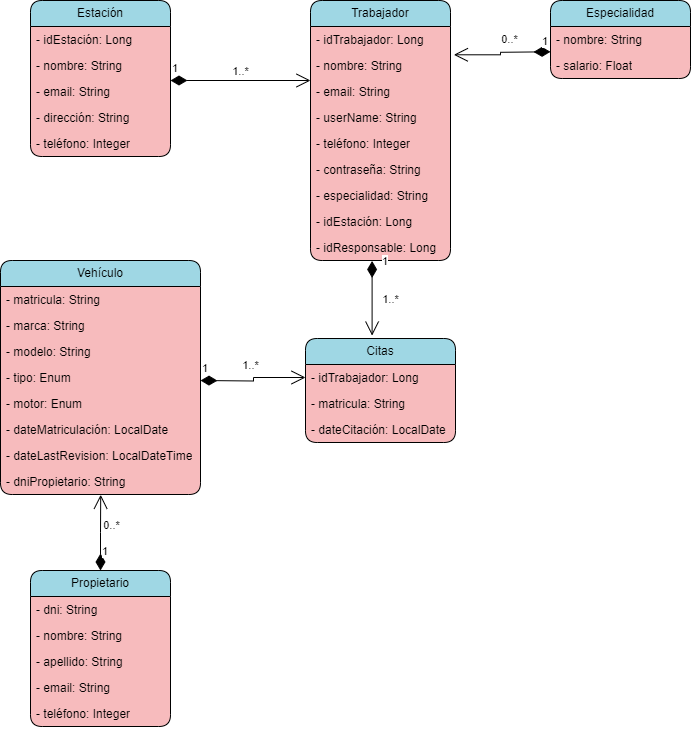
This is Entornos de desarrollo/DiagramaClases/Diagrama_De_Clases.png from SergioDeIscarValera/ITV_LUIS_VIVES, a draw.io export, as it was before one commit. Source tidied: cells renumbered, new cells last; positions are measured from the earlier drawing's top-left corner, leaving out a move shared by most shapes. The source it was exported from:
```xml
<mxGraphModel>
  <root>
    <mxCell id="0" />
    <mxCell id="1" parent="0" />
    <mxCell id="2" value="Estación" style="swimlane;fontStyle=0;horizontal=1;startSize=26;whiteSpace=wrap;html=1;perimeterSpacing=0;rounded=1;fillColor=#9fd7e4;swimlaneFillColor=#f7bbbd;gradientColor=none;" parent="1" vertex="1">
      <mxGeometry x="30" width="140" height="156" as="geometry" />
    </mxCell>
    <mxCell id="3" value="- idEstación: Long" style="text;strokeColor=none;fillColor=none;align=left;verticalAlign=top;spacingLeft=4;spacingRight=4;overflow=hidden;whiteSpace=wrap;html=1;" parent="2" vertex="1">
      <mxGeometry y="26" width="140" height="26" as="geometry" />
    </mxCell>
    <mxCell id="4" value="- nombre: String" style="text;strokeColor=none;fillColor=none;align=left;verticalAlign=top;spacingLeft=4;spacingRight=4;overflow=hidden;whiteSpace=wrap;html=1;" parent="2" vertex="1">
      <mxGeometry y="52" width="140" height="26" as="geometry" />
    </mxCell>
    <mxCell id="5" value="- email: String" style="text;strokeColor=none;fillColor=none;align=left;verticalAlign=top;spacingLeft=4;spacingRight=4;overflow=hidden;whiteSpace=wrap;html=1;" parent="2" vertex="1">
      <mxGeometry y="78" width="140" height="26" as="geometry" />
    </mxCell>
    <mxCell id="6" value="- dirección: String" style="text;strokeColor=none;fillColor=none;align=left;verticalAlign=top;spacingLeft=4;spacingRight=4;overflow=hidden;whiteSpace=wrap;html=1;" parent="2" vertex="1">
      <mxGeometry y="104" width="140" height="26" as="geometry" />
    </mxCell>
    <mxCell id="7" value="- teléfono: Integer" style="text;strokeColor=none;fillColor=none;align=left;verticalAlign=top;spacingLeft=4;spacingRight=4;overflow=hidden;whiteSpace=wrap;html=1;" parent="2" vertex="1">
      <mxGeometry y="130" width="140" height="26" as="geometry" />
    </mxCell>
    <mxCell id="8" value="Trabajador" style="swimlane;fontStyle=0;horizontal=1;startSize=26;fillColor=#9fd7e4;whiteSpace=wrap;html=1;rounded=1;swimlaneFillColor=#f7bbbd;" parent="1" vertex="1">
      <mxGeometry x="310" width="140" height="260" as="geometry" />
    </mxCell>
    <mxCell id="9" value="- idTrabajador: Long" style="text;strokeColor=none;fillColor=none;align=left;verticalAlign=top;spacingLeft=4;spacingRight=4;overflow=hidden;whiteSpace=wrap;html=1;rounded=1;" parent="8" vertex="1">
      <mxGeometry y="26" width="140" height="26" as="geometry" />
    </mxCell>
    <mxCell id="10" value="1" style="endArrow=open;html=1;endSize=12;startArrow=diamondThin;startSize=14;startFill=1;edgeStyle=orthogonalEdgeStyle;align=left;verticalAlign=bottom;rounded=0;entryX=1.024;entryY=0.088;entryDx=0;entryDy=0;entryPerimeter=0;" parent="8" edge="1" target="12">
      <mxGeometry x="-0.8" y="-1" relative="1" as="geometry">
        <mxPoint x="240" y="51.3" as="sourcePoint" />
      </mxGeometry>
    </mxCell>
    <mxCell id="11" value="0..*" style="edgeLabel;html=1;align=center;verticalAlign=middle;" parent="10" vertex="1">
      <mxGeometry x="-0.16" y="-2" relative="1" as="geometry">
        <mxPoint y="-11" as="offset" />
      </mxGeometry>
    </mxCell>
    <mxCell id="12" value="- nombre: String" style="text;strokeColor=none;fillColor=none;align=left;verticalAlign=top;spacingLeft=4;spacingRight=4;overflow=hidden;points=[[0,0.5],[1,0.5]];portConstraint=eastwest;whiteSpace=wrap;html=1;" parent="8" vertex="1">
      <mxGeometry y="52" width="140" height="26" as="geometry" />
    </mxCell>
    <mxCell id="13" value="- email: String" style="text;strokeColor=none;fillColor=none;align=left;verticalAlign=top;spacingLeft=4;spacingRight=4;overflow=hidden;whiteSpace=wrap;html=1;" parent="8" vertex="1">
      <mxGeometry y="78" width="140" height="26" as="geometry" />
    </mxCell>
    <mxCell id="14" value="- userName: String" style="text;strokeColor=none;fillColor=none;align=left;verticalAlign=top;spacingLeft=4;spacingRight=4;overflow=hidden;whiteSpace=wrap;html=1;" parent="8" vertex="1">
      <mxGeometry y="104" width="140" height="26" as="geometry" />
    </mxCell>
    <mxCell id="15" value="- teléfono: Integer" style="text;strokeColor=none;fillColor=none;align=left;verticalAlign=top;spacingLeft=4;spacingRight=4;overflow=hidden;whiteSpace=wrap;html=1;" parent="8" vertex="1">
      <mxGeometry y="130" width="140" height="26" as="geometry" />
    </mxCell>
    <mxCell id="16" value="- contraseña: String" style="text;strokeColor=none;fillColor=none;align=left;verticalAlign=top;spacingLeft=4;spacingRight=4;overflow=hidden;whiteSpace=wrap;html=1;" parent="8" vertex="1">
      <mxGeometry y="156" width="140" height="26" as="geometry" />
    </mxCell>
    <mxCell id="17" value="- especialidad: String" style="text;strokeColor=none;fillColor=none;align=left;verticalAlign=top;spacingLeft=4;spacingRight=4;overflow=hidden;whiteSpace=wrap;html=1;" parent="8" vertex="1">
      <mxGeometry y="182" width="140" height="26" as="geometry" />
    </mxCell>
    <mxCell id="18" value="- idEstación: Long" style="text;strokeColor=none;fillColor=none;align=left;verticalAlign=top;spacingLeft=4;spacingRight=4;overflow=hidden;whiteSpace=wrap;html=1;" parent="8" vertex="1">
      <mxGeometry y="208" width="140" height="26" as="geometry" />
    </mxCell>
    <mxCell id="19" value="- idResponsable: Long" style="text;strokeColor=none;fillColor=none;align=left;verticalAlign=top;spacingLeft=4;spacingRight=4;overflow=hidden;points=[[0,0.5],[1,0.5]];portConstraint=eastwest;whiteSpace=wrap;html=1;" parent="8" vertex="1">
      <mxGeometry y="234" width="140" height="26" as="geometry" />
    </mxCell>
    <mxCell id="20" value="Especialidad" style="swimlane;fontStyle=0;horizontal=1;startSize=26;fillColor=#9fd7e4;whiteSpace=wrap;html=1;rounded=1;swimlaneFillColor=#f7bbbd;" parent="1" vertex="1">
      <mxGeometry x="550" width="140" height="78" as="geometry" />
    </mxCell>
    <mxCell id="21" value="- nombre: String" style="text;strokeColor=none;fillColor=none;align=left;verticalAlign=top;spacingLeft=4;spacingRight=4;overflow=hidden;whiteSpace=wrap;html=1;gradientColor=none;" parent="20" vertex="1">
      <mxGeometry y="26" width="140" height="26" as="geometry" />
    </mxCell>
    <mxCell id="22" value="- salario: Float" style="text;strokeColor=none;fillColor=none;align=left;verticalAlign=top;spacingLeft=4;spacingRight=4;overflow=hidden;whiteSpace=wrap;html=1;" parent="20" vertex="1">
      <mxGeometry y="52" width="140" height="26" as="geometry" />
    </mxCell>
    <mxCell id="23" value="Vehículo" style="swimlane;fontStyle=0;horizontal=1;startSize=26;fillColor=#9fd7e4;whiteSpace=wrap;html=1;rounded=1;swimlaneFillColor=#f7bbbd;" parent="1" vertex="1">
      <mxGeometry y="260" width="200" height="234" as="geometry" />
    </mxCell>
    <mxCell id="24" value="- matricula: String" style="text;strokeColor=none;fillColor=none;align=left;verticalAlign=top;spacingLeft=4;spacingRight=4;overflow=hidden;whiteSpace=wrap;html=1;" parent="23" vertex="1">
      <mxGeometry y="26" width="200" height="26" as="geometry" />
    </mxCell>
    <mxCell id="25" value="- marca: String" style="text;strokeColor=none;fillColor=none;align=left;verticalAlign=top;spacingLeft=4;spacingRight=4;overflow=hidden;whiteSpace=wrap;html=1;" parent="23" vertex="1">
      <mxGeometry y="52" width="200" height="26" as="geometry" />
    </mxCell>
    <mxCell id="26" value="- modelo: String" style="text;strokeColor=none;fillColor=none;align=left;verticalAlign=top;spacingLeft=4;spacingRight=4;overflow=hidden;whiteSpace=wrap;html=1;" parent="23" vertex="1">
      <mxGeometry y="78" width="200" height="26" as="geometry" />
    </mxCell>
    <mxCell id="27" value="- tipo: Enum" style="text;strokeColor=none;fillColor=none;align=left;verticalAlign=top;spacingLeft=4;spacingRight=4;overflow=hidden;whiteSpace=wrap;html=1;" parent="23" vertex="1">
      <mxGeometry y="104" width="200" height="26" as="geometry" />
    </mxCell>
    <mxCell id="28" value="- motor: Enum" style="text;strokeColor=none;fillColor=none;align=left;verticalAlign=top;spacingLeft=4;spacingRight=4;overflow=hidden;whiteSpace=wrap;html=1;" parent="23" vertex="1">
      <mxGeometry y="130" width="200" height="26" as="geometry" />
    </mxCell>
    <mxCell id="29" value="- dateMatriculación: LocalDate" style="text;strokeColor=none;fillColor=none;align=left;verticalAlign=top;spacingLeft=4;spacingRight=4;overflow=hidden;whiteSpace=wrap;html=1;" parent="23" vertex="1">
      <mxGeometry y="156" width="200" height="26" as="geometry" />
    </mxCell>
    <mxCell id="30" value="- dateLastRevision: LocalDateTime" style="text;strokeColor=none;fillColor=none;align=left;verticalAlign=top;spacingLeft=4;spacingRight=4;overflow=hidden;whiteSpace=wrap;html=1;" parent="23" vertex="1">
      <mxGeometry y="182" width="200" height="26" as="geometry" />
    </mxCell>
    <mxCell id="31" value="- dniPropietario: String" style="text;strokeColor=none;fillColor=none;align=left;verticalAlign=top;spacingLeft=4;spacingRight=4;overflow=hidden;points=[[0,0.5],[1,0.5]];portConstraint=eastwest;whiteSpace=wrap;html=1;" parent="23" vertex="1">
      <mxGeometry y="208" width="200" height="26" as="geometry" />
    </mxCell>
    <mxCell id="32" value="Propietario" style="swimlane;fontStyle=0;horizontal=1;startSize=26;fillColor=#9fd7e4;whiteSpace=wrap;html=1;rounded=1;swimlaneFillColor=#f7bbbd;" parent="1" vertex="1">
      <mxGeometry x="30" y="570" width="140" height="156" as="geometry" />
    </mxCell>
    <mxCell id="33" value="- dni: String" style="text;strokeColor=none;fillColor=none;align=left;verticalAlign=top;spacingLeft=4;spacingRight=4;overflow=hidden;whiteSpace=wrap;html=1;" parent="32" vertex="1">
      <mxGeometry y="26" width="140" height="26" as="geometry" />
    </mxCell>
    <mxCell id="34" value="- nombre: String" style="text;strokeColor=none;fillColor=none;align=left;verticalAlign=top;spacingLeft=4;spacingRight=4;overflow=hidden;whiteSpace=wrap;html=1;" parent="32" vertex="1">
      <mxGeometry y="52" width="140" height="26" as="geometry" />
    </mxCell>
    <mxCell id="35" value="- apellido: String" style="text;strokeColor=none;fillColor=none;align=left;verticalAlign=top;spacingLeft=4;spacingRight=4;overflow=hidden;whiteSpace=wrap;html=1;" parent="32" vertex="1">
      <mxGeometry y="78" width="140" height="26" as="geometry" />
    </mxCell>
    <mxCell id="36" value="- email: String" style="text;strokeColor=none;fillColor=none;align=left;verticalAlign=top;spacingLeft=4;spacingRight=4;overflow=hidden;whiteSpace=wrap;html=1;" parent="32" vertex="1">
      <mxGeometry y="104" width="140" height="26" as="geometry" />
    </mxCell>
    <mxCell id="37" value="- teléfono: Integer" style="text;strokeColor=none;fillColor=none;align=left;verticalAlign=top;spacingLeft=4;spacingRight=4;overflow=hidden;whiteSpace=wrap;html=1;" parent="32" vertex="1">
      <mxGeometry y="130" width="140" height="26" as="geometry" />
    </mxCell>
    <mxCell id="38" value="1" style="endArrow=open;html=1;endSize=12;startArrow=diamondThin;startSize=14;startFill=1;edgeStyle=orthogonalEdgeStyle;align=left;verticalAlign=bottom;rounded=0;" parent="1" edge="1">
      <mxGeometry x="-1" y="3" relative="1" as="geometry">
        <mxPoint x="170" y="80" as="sourcePoint" />
        <mxPoint x="310" y="80" as="targetPoint" />
      </mxGeometry>
    </mxCell>
    <mxCell id="39" value="1..*" style="edgeLabel;html=1;align=center;verticalAlign=middle;" parent="38" vertex="1">
      <mxGeometry x="-0.31" relative="1" as="geometry">
        <mxPoint x="21" y="-10" as="offset" />
      </mxGeometry>
    </mxCell>
    <mxCell id="40" value="1" style="endArrow=open;html=1;endSize=12;startArrow=diamondThin;startSize=14;startFill=1;edgeStyle=orthogonalEdgeStyle;align=left;verticalAlign=bottom;rounded=0;exitX=0.5;exitY=0;exitDx=0;exitDy=0;entryX=0.501;entryY=1.011;entryDx=0;entryDy=0;entryPerimeter=0;" parent="1" edge="1" source="32" target="31">
      <mxGeometry x="-0.74" relative="1" as="geometry" />
    </mxCell>
    <mxCell id="41" value="0..*" style="edgeLabel;html=1;align=center;verticalAlign=middle;" parent="40" vertex="1">
      <mxGeometry x="0.22" relative="1" as="geometry">
        <mxPoint x="10" as="offset" />
      </mxGeometry>
    </mxCell>
    <mxCell id="42" value="Citas" style="swimlane;fontStyle=0;horizontal=1;startSize=26;fillColor=#9fd7e4;whiteSpace=wrap;html=1;rounded=1;swimlaneFillColor=#f7bbbd;" parent="1" vertex="1">
      <mxGeometry x="305" y="338" width="150" height="104" as="geometry" />
    </mxCell>
    <mxCell id="43" value="- idTrabajador: Long" style="text;strokeColor=none;fillColor=none;align=left;verticalAlign=top;spacingLeft=4;spacingRight=4;overflow=hidden;points=[[0,0.5],[1,0.5]];portConstraint=eastwest;whiteSpace=wrap;html=1;" parent="42" vertex="1">
      <mxGeometry y="26" width="150" height="26" as="geometry" />
    </mxCell>
    <mxCell id="44" value="- matricula: String" style="text;strokeColor=none;fillColor=none;align=left;verticalAlign=top;spacingLeft=4;spacingRight=4;overflow=hidden;whiteSpace=wrap;html=1;" parent="42" vertex="1">
      <mxGeometry y="52" width="150" height="26" as="geometry" />
    </mxCell>
    <mxCell id="45" value="- dateCitación: LocalDate" style="text;strokeColor=none;fillColor=none;align=left;verticalAlign=top;spacingLeft=4;spacingRight=4;overflow=hidden;whiteSpace=wrap;html=1;" parent="42" vertex="1">
      <mxGeometry y="78" width="150" height="26" as="geometry" />
    </mxCell>
    <mxCell id="46" value="1" style="endArrow=open;html=1;endSize=12;startArrow=diamondThin;startSize=14;startFill=1;edgeStyle=orthogonalEdgeStyle;align=left;verticalAlign=bottom;rounded=0;entryX=0;entryY=0.5;entryDx=0;entryDy=0;" parent="1" edge="1" target="43">
      <mxGeometry x="-1" y="3" relative="1" as="geometry">
        <mxPoint x="200" y="380" as="sourcePoint" />
      </mxGeometry>
    </mxCell>
    <mxCell id="47" value="1..*" style="edgeLabel;html=1;align=center;verticalAlign=middle;" parent="46" vertex="1">
      <mxGeometry x="-0.21" relative="1" as="geometry">
        <mxPoint x="7" y="-16" as="offset" />
      </mxGeometry>
    </mxCell>
    <mxCell id="48" value="1" style="endArrow=open;html=1;endSize=12;startArrow=diamondThin;startSize=14;startFill=1;edgeStyle=orthogonalEdgeStyle;align=left;verticalAlign=bottom;rounded=0;exitX=0.44;exitY=1.018;exitDx=0;exitDy=0;exitPerimeter=0;entryX=0.444;entryY=-0.028;entryDx=0;entryDy=0;entryPerimeter=0;" parent="1" edge="1" source="19" target="42">
      <mxGeometry x="-0.74" y="8" relative="1" as="geometry" />
    </mxCell>
    <mxCell id="49" value="1..*" style="edgeLabel;html=1;align=center;verticalAlign=middle;" parent="48" vertex="1">
      <mxGeometry x="0.3" relative="1" as="geometry">
        <mxPoint x="18" y="-10" as="offset" />
      </mxGeometry>
    </mxCell>
  </root>
</mxGraphModel>
```
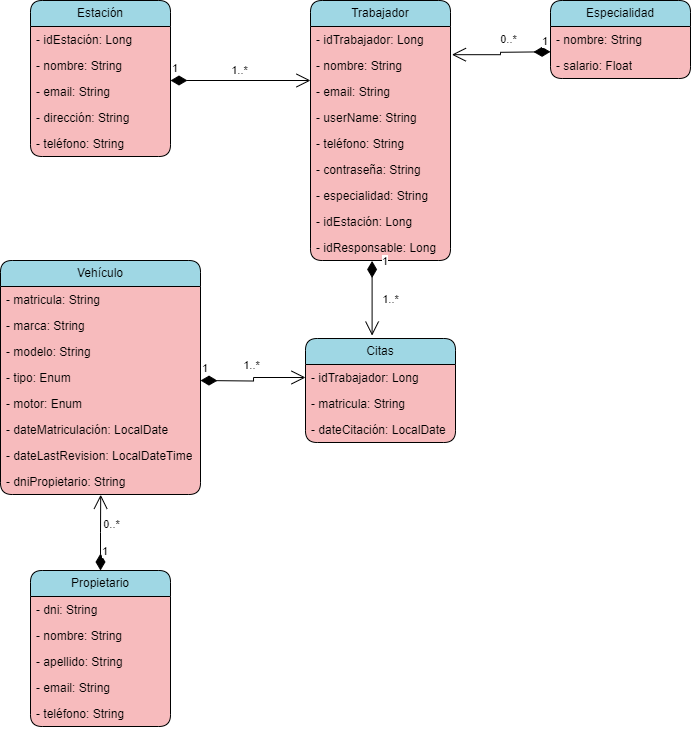
The same file after the commit.

The edit, as a diff of the source:
```diff
@@ -17,7 +17,7 @@
     <mxCell id="6" value="- dirección: String" style="text;strokeColor=none;fillColor=none;align=left;verticalAlign=top;spacingLeft=4;spacingRight=4;overflow=hidden;whiteSpace=wrap;html=1;" parent="2" vertex="1">
       <mxGeometry y="104" width="140" height="26" as="geometry" />
     </mxCell>
-    <mxCell id="7" value="- teléfono: Integer" style="text;strokeColor=none;fillColor=none;align=left;verticalAlign=top;spacingLeft=4;spacingRight=4;overflow=hidden;whiteSpace=wrap;html=1;" parent="2" vertex="1">
+    <mxCell id="7" value="- teléfono: String" style="text;strokeColor=none;fillColor=none;align=left;verticalAlign=top;spacingLeft=4;spacingRight=4;overflow=hidden;whiteSpace=wrap;html=1;" parent="2" vertex="1">
       <mxGeometry y="130" width="140" height="26" as="geometry" />
     </mxCell>
     <mxCell id="8" value="Trabajador" style="swimlane;fontStyle=0;horizontal=1;startSize=26;fillColor=#9fd7e4;whiteSpace=wrap;html=1;rounded=1;swimlaneFillColor=#f7bbbd;" parent="1" vertex="1">
@@ -26,7 +26,7 @@
     <mxCell id="9" value="- idTrabajador: Long" style="text;strokeColor=none;fillColor=none;align=left;verticalAlign=top;spacingLeft=4;spacingRight=4;overflow=hidden;whiteSpace=wrap;html=1;rounded=1;" parent="8" vertex="1">
       <mxGeometry y="26" width="140" height="26" as="geometry" />
     </mxCell>
-    <mxCell id="10" value="1" style="endArrow=open;html=1;endSize=12;startArrow=diamondThin;startSize=14;startFill=1;edgeStyle=orthogonalEdgeStyle;align=left;verticalAlign=bottom;rounded=0;entryX=1.024;entryY=0.088;entryDx=0;entryDy=0;entryPerimeter=0;" parent="8" edge="1" target="12">
+    <mxCell id="10" value="1" style="endArrow=open;html=1;endSize=12;startArrow=diamondThin;startSize=14;startFill=1;edgeStyle=orthogonalEdgeStyle;align=left;verticalAlign=bottom;rounded=0;entryX=1.01;entryY=0.084;entryDx=0;entryDy=0;entryPerimeter=0;" parent="8" edge="1" target="12">
       <mxGeometry x="-0.8" y="-1" relative="1" as="geometry">
         <mxPoint x="240" y="51.3" as="sourcePoint" />
       </mxGeometry>
@@ -45,7 +45,7 @@
     <mxCell id="14" value="- userName: String" style="text;strokeColor=none;fillColor=none;align=left;verticalAlign=top;spacingLeft=4;spacingRight=4;overflow=hidden;whiteSpace=wrap;html=1;" parent="8" vertex="1">
       <mxGeometry y="104" width="140" height="26" as="geometry" />
     </mxCell>
-    <mxCell id="15" value="- teléfono: Integer" style="text;strokeColor=none;fillColor=none;align=left;verticalAlign=top;spacingLeft=4;spacingRight=4;overflow=hidden;whiteSpace=wrap;html=1;" parent="8" vertex="1">
+    <mxCell id="15" value="- teléfono: String" style="text;strokeColor=none;fillColor=none;align=left;verticalAlign=top;spacingLeft=4;spacingRight=4;overflow=hidden;whiteSpace=wrap;html=1;" parent="8" vertex="1">
       <mxGeometry y="130" width="140" height="26" as="geometry" />
     </mxCell>
     <mxCell id="16" value="- contraseña: String" style="text;strokeColor=none;fillColor=none;align=left;verticalAlign=top;spacingLeft=4;spacingRight=4;overflow=hidden;whiteSpace=wrap;html=1;" parent="8" vertex="1">
@@ -111,7 +111,7 @@
     <mxCell id="36" value="- email: String" style="text;strokeColor=none;fillColor=none;align=left;verticalAlign=top;spacingLeft=4;spacingRight=4;overflow=hidden;whiteSpace=wrap;html=1;" parent="32" vertex="1">
       <mxGeometry y="104" width="140" height="26" as="geometry" />
     </mxCell>
-    <mxCell id="37" value="- teléfono: Integer" style="text;strokeColor=none;fillColor=none;align=left;verticalAlign=top;spacingLeft=4;spacingRight=4;overflow=hidden;whiteSpace=wrap;html=1;" parent="32" vertex="1">
+    <mxCell id="37" value="- teléfono: String" style="text;strokeColor=none;fillColor=none;align=left;verticalAlign=top;spacingLeft=4;spacingRight=4;overflow=hidden;whiteSpace=wrap;html=1;" parent="32" vertex="1">
       <mxGeometry y="130" width="140" height="26" as="geometry" />
     </mxCell>
     <mxCell id="38" value="1" style="endArrow=open;html=1;endSize=12;startArrow=diamondThin;startSize=14;startFill=1;edgeStyle=orthogonalEdgeStyle;align=left;verticalAlign=bottom;rounded=0;" parent="1" edge="1">
```
